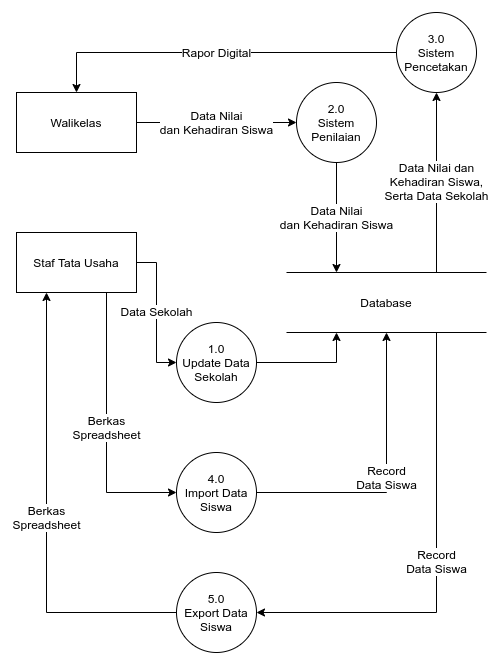
The draw.io diagram Flow and Other Stuff/DFD Level 1.png in harizMunawar/Laporan-REI, before a commit. Source tidied: cells renumbered, new cells last; positions are measured from the earlier drawing's top-left corner, leaving out a move shared by most shapes.
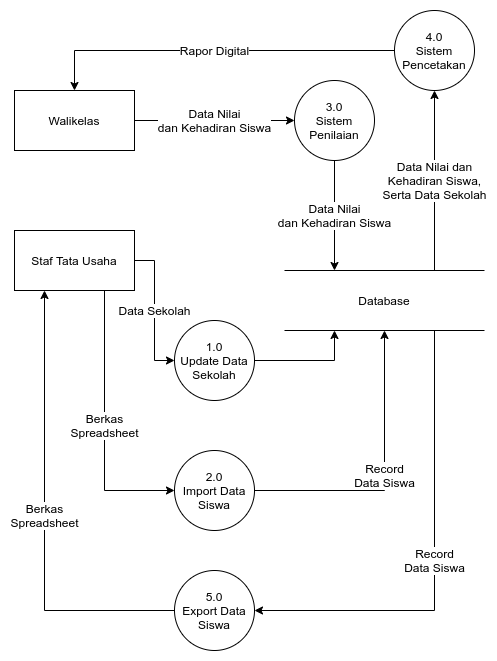
Later version of the same file.

Diff of the diagram source:
```diff
@@ -5,7 +5,7 @@
     <mxCell id="2" value="Data Nilai&lt;br style=&quot;font-size: 12px;&quot;&gt;dan Kehadiran Siswa" style="edgeStyle=orthogonalEdgeStyle;rounded=0;jettySize=auto;html=1;exitX=0.5;exitY=1;exitDx=0;exitDy=0;entryX=0.25;entryY=0;entryDx=0;entryDy=0;fontSize=12;" parent="1" edge="1" source="3" target="11">
       <mxGeometry relative="1" as="geometry" />
     </mxCell>
-    <mxCell id="3" value="2.0&lt;br style=&quot;font-size: 12px;&quot;&gt;Sistem Penilaian" style="ellipse;whiteSpace=wrap;html=1;fontSize=12;" parent="1" vertex="1">
+    <mxCell id="3" value="3.0&lt;br style=&quot;font-size: 12px&quot;&gt;Sistem Penilaian" style="ellipse;whiteSpace=wrap;html=1;fontSize=12;" parent="1" vertex="1">
       <mxGeometry x="280" y="70" width="80" height="80" as="geometry" />
     </mxCell>
     <mxCell id="4" value="Data Nilai&lt;br style=&quot;font-size: 12px;&quot;&gt;dan Kehadiran Siswa" style="edgeStyle=orthogonalEdgeStyle;rounded=0;jettySize=auto;html=1;exitX=1;exitY=0.5;exitDx=0;exitDy=0;entryX=0;entryY=0.5;entryDx=0;entryDy=0;fontSize=12;" parent="1" edge="1" source="5" target="3">
@@ -35,7 +35,7 @@
     <mxCell id="12" value="Rapor Digital" style="edgeStyle=orthogonalEdgeStyle;rounded=0;jettySize=auto;html=1;exitX=0;exitY=0.5;exitDx=0;exitDy=0;entryX=0.5;entryY=0;entryDx=0;entryDy=0;fontSize=12;" parent="1" edge="1" source="13" target="5">
       <mxGeometry relative="1" as="geometry" />
     </mxCell>
-    <mxCell id="13" value="3.0&lt;br style=&quot;font-size: 12px;&quot;&gt;Sistem Pencetakan" style="ellipse;whiteSpace=wrap;html=1;fontSize=12;" parent="1" vertex="1">
+    <mxCell id="13" value="4.0&lt;br style=&quot;font-size: 12px&quot;&gt;Sistem Pencetakan" style="ellipse;whiteSpace=wrap;html=1;fontSize=12;" parent="1" vertex="1">
       <mxGeometry x="380" width="80" height="80" as="geometry" />
     </mxCell>
     <mxCell id="14" style="edgeStyle=orthogonalEdgeStyle;rounded=0;jettySize=auto;html=1;exitX=1;exitY=0.5;exitDx=0;exitDy=0;entryX=0.25;entryY=1;entryDx=0;entryDy=0;fontSize=12;" parent="1" edge="1" source="15" target="11">
@@ -47,7 +47,7 @@
     <mxCell id="16" value="Record&lt;br style=&quot;font-size: 12px;&quot;&gt;Data Siswa" style="edgeStyle=orthogonalEdgeStyle;rounded=0;jettySize=auto;html=1;exitX=1;exitY=0.5;exitDx=0;exitDy=0;entryX=0.5;entryY=1;entryDx=0;entryDy=0;fontSize=12;" parent="1" edge="1" source="17" target="11">
       <mxGeometry relative="1" as="geometry" />
     </mxCell>
-    <mxCell id="17" value="4.0&lt;br style=&quot;font-size: 12px;&quot;&gt;Import Data Siswa" style="ellipse;whiteSpace=wrap;html=1;fontSize=12;" parent="1" vertex="1">
+    <mxCell id="17" value="2.0&lt;br style=&quot;font-size: 12px&quot;&gt;Import Data Siswa" style="ellipse;whiteSpace=wrap;html=1;fontSize=12;" parent="1" vertex="1">
       <mxGeometry x="160" y="440" width="80" height="80" as="geometry" />
     </mxCell>
     <mxCell id="18" value="Berkas&lt;br style=&quot;font-size: 12px;&quot;&gt;Spreadsheet" style="edgeStyle=orthogonalEdgeStyle;rounded=0;jettySize=auto;html=1;exitX=0;exitY=0.5;exitDx=0;exitDy=0;entryX=0.25;entryY=1;entryDx=0;entryDy=0;fontSize=12;" parent="1" edge="1" source="19" target="8">
```
